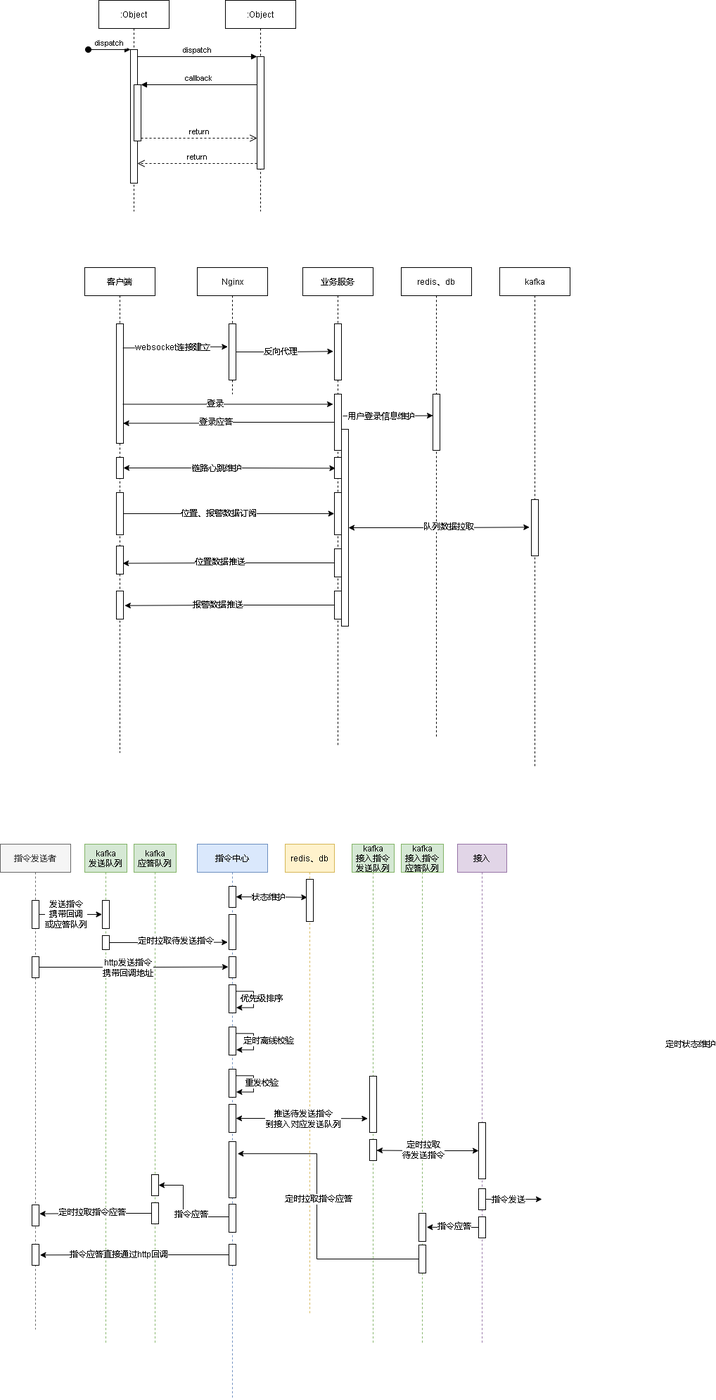
Before: cgopro关键业务.drawio.png, a diagram exported from draw.io (xktder/draw). Source tidied: cells renumbered, new cells last; positions are measured from the earlier drawing's top-left corner, leaving out a move shared by most shapes.
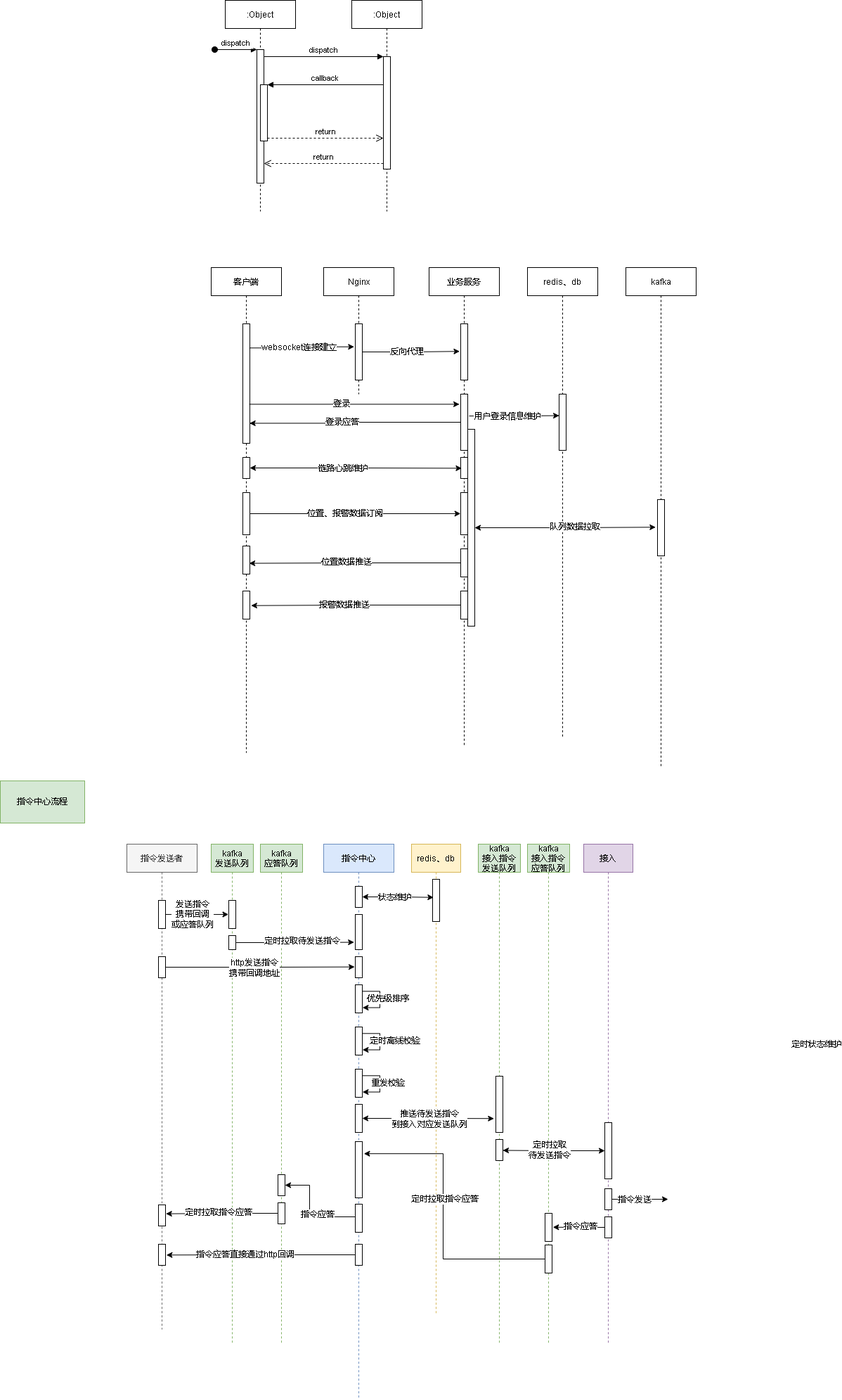
After the commit.

Commit message:
更新cgopro关键业务.drawio.png

Diff of the diagram source:
```diff
@@ -398,5 +398,8 @@
     <mxCell id="116" value="指令应答直接通过http回调" style="edgeLabel;html=1;align=center;verticalAlign=middle;" parent="115" vertex="1">
       <mxGeometry x="0.17" y="-1" relative="1" as="geometry" />
     </mxCell>
+    <mxCell id="117" value="指令中心流程" style="rounded=0;whiteSpace=wrap;html=1;fillColor=#d5e8d4;strokeColor=#82b366;" parent="1" vertex="1">
+      <mxGeometry x="-180" y="1110" width="120" height="60" as="geometry" />
+    </mxCell>
   </root>
 </mxGraphModel>
```
